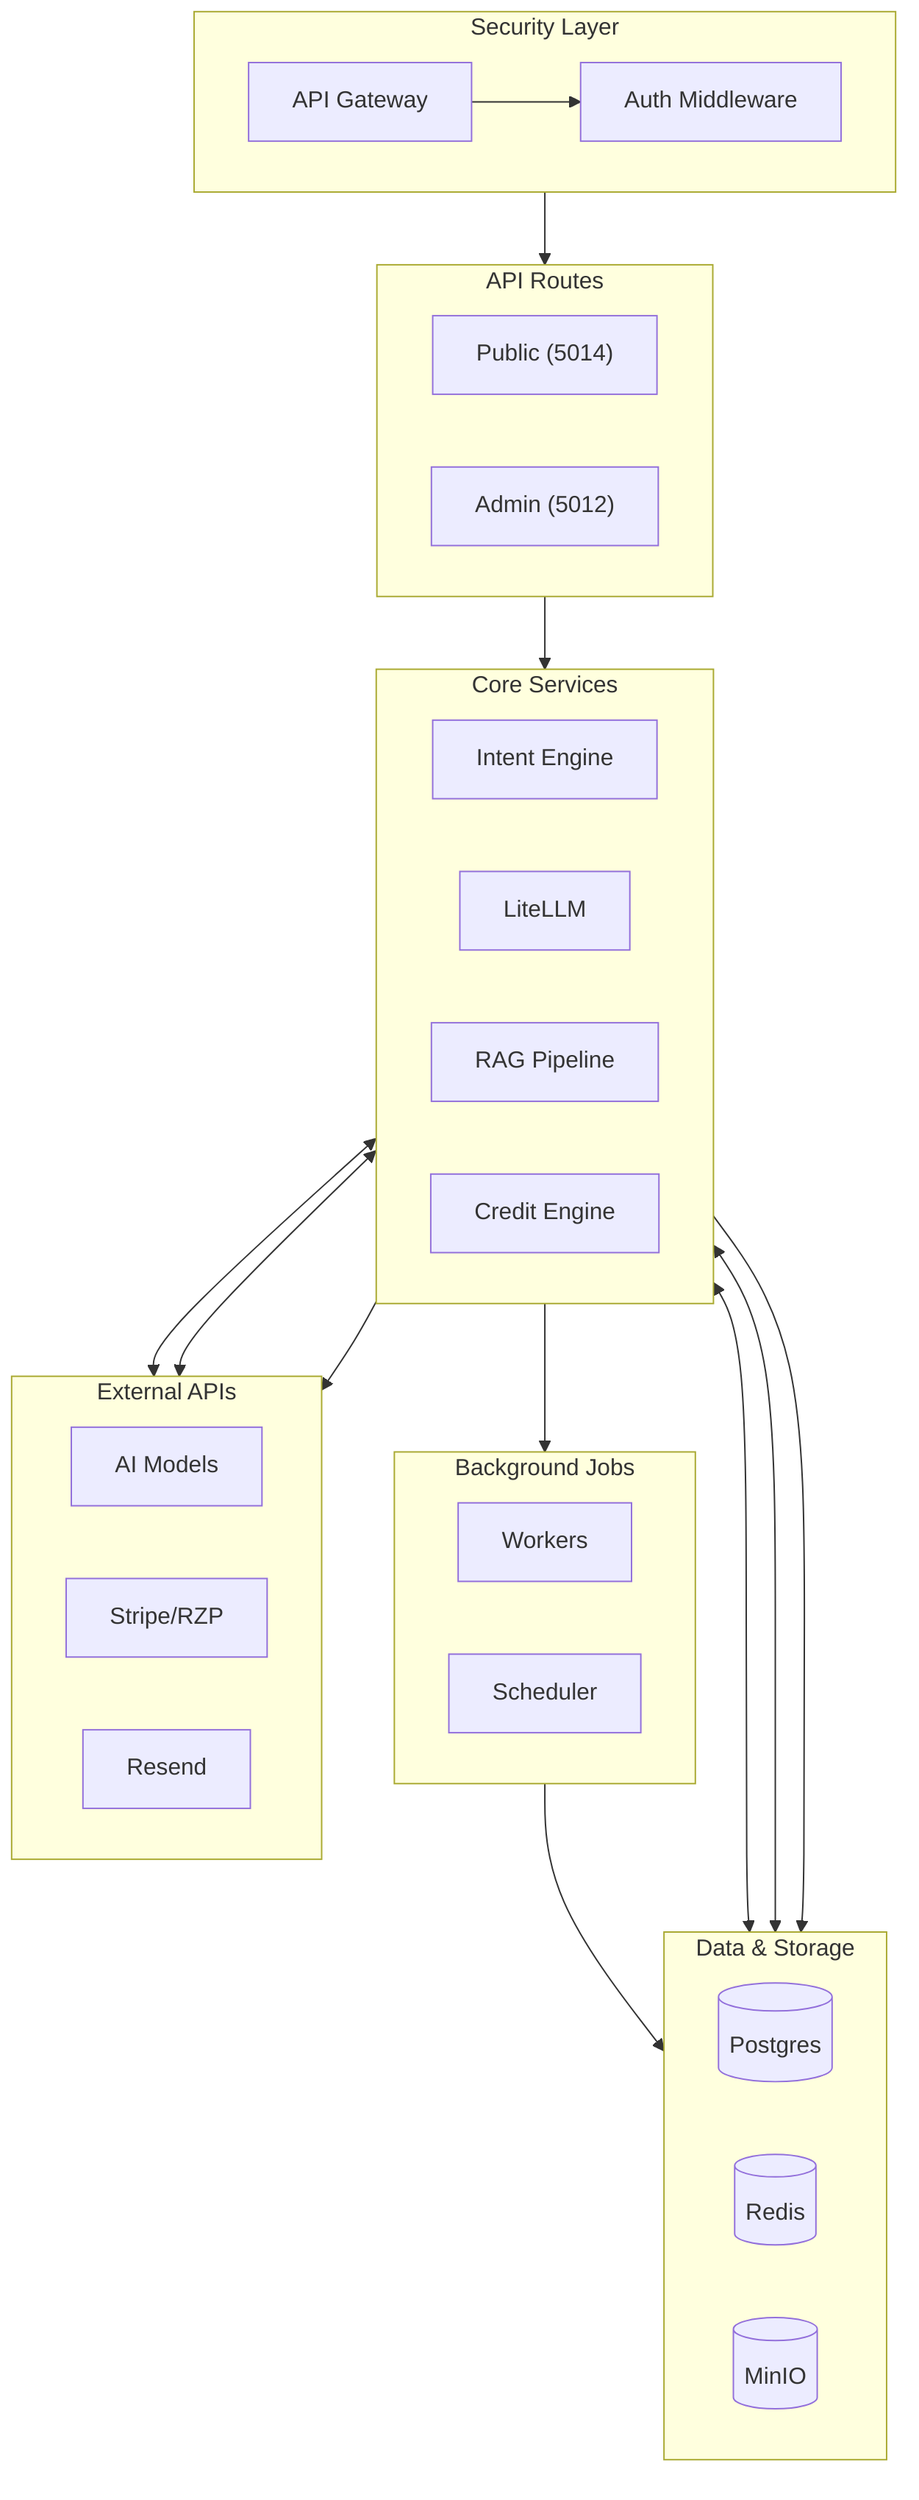
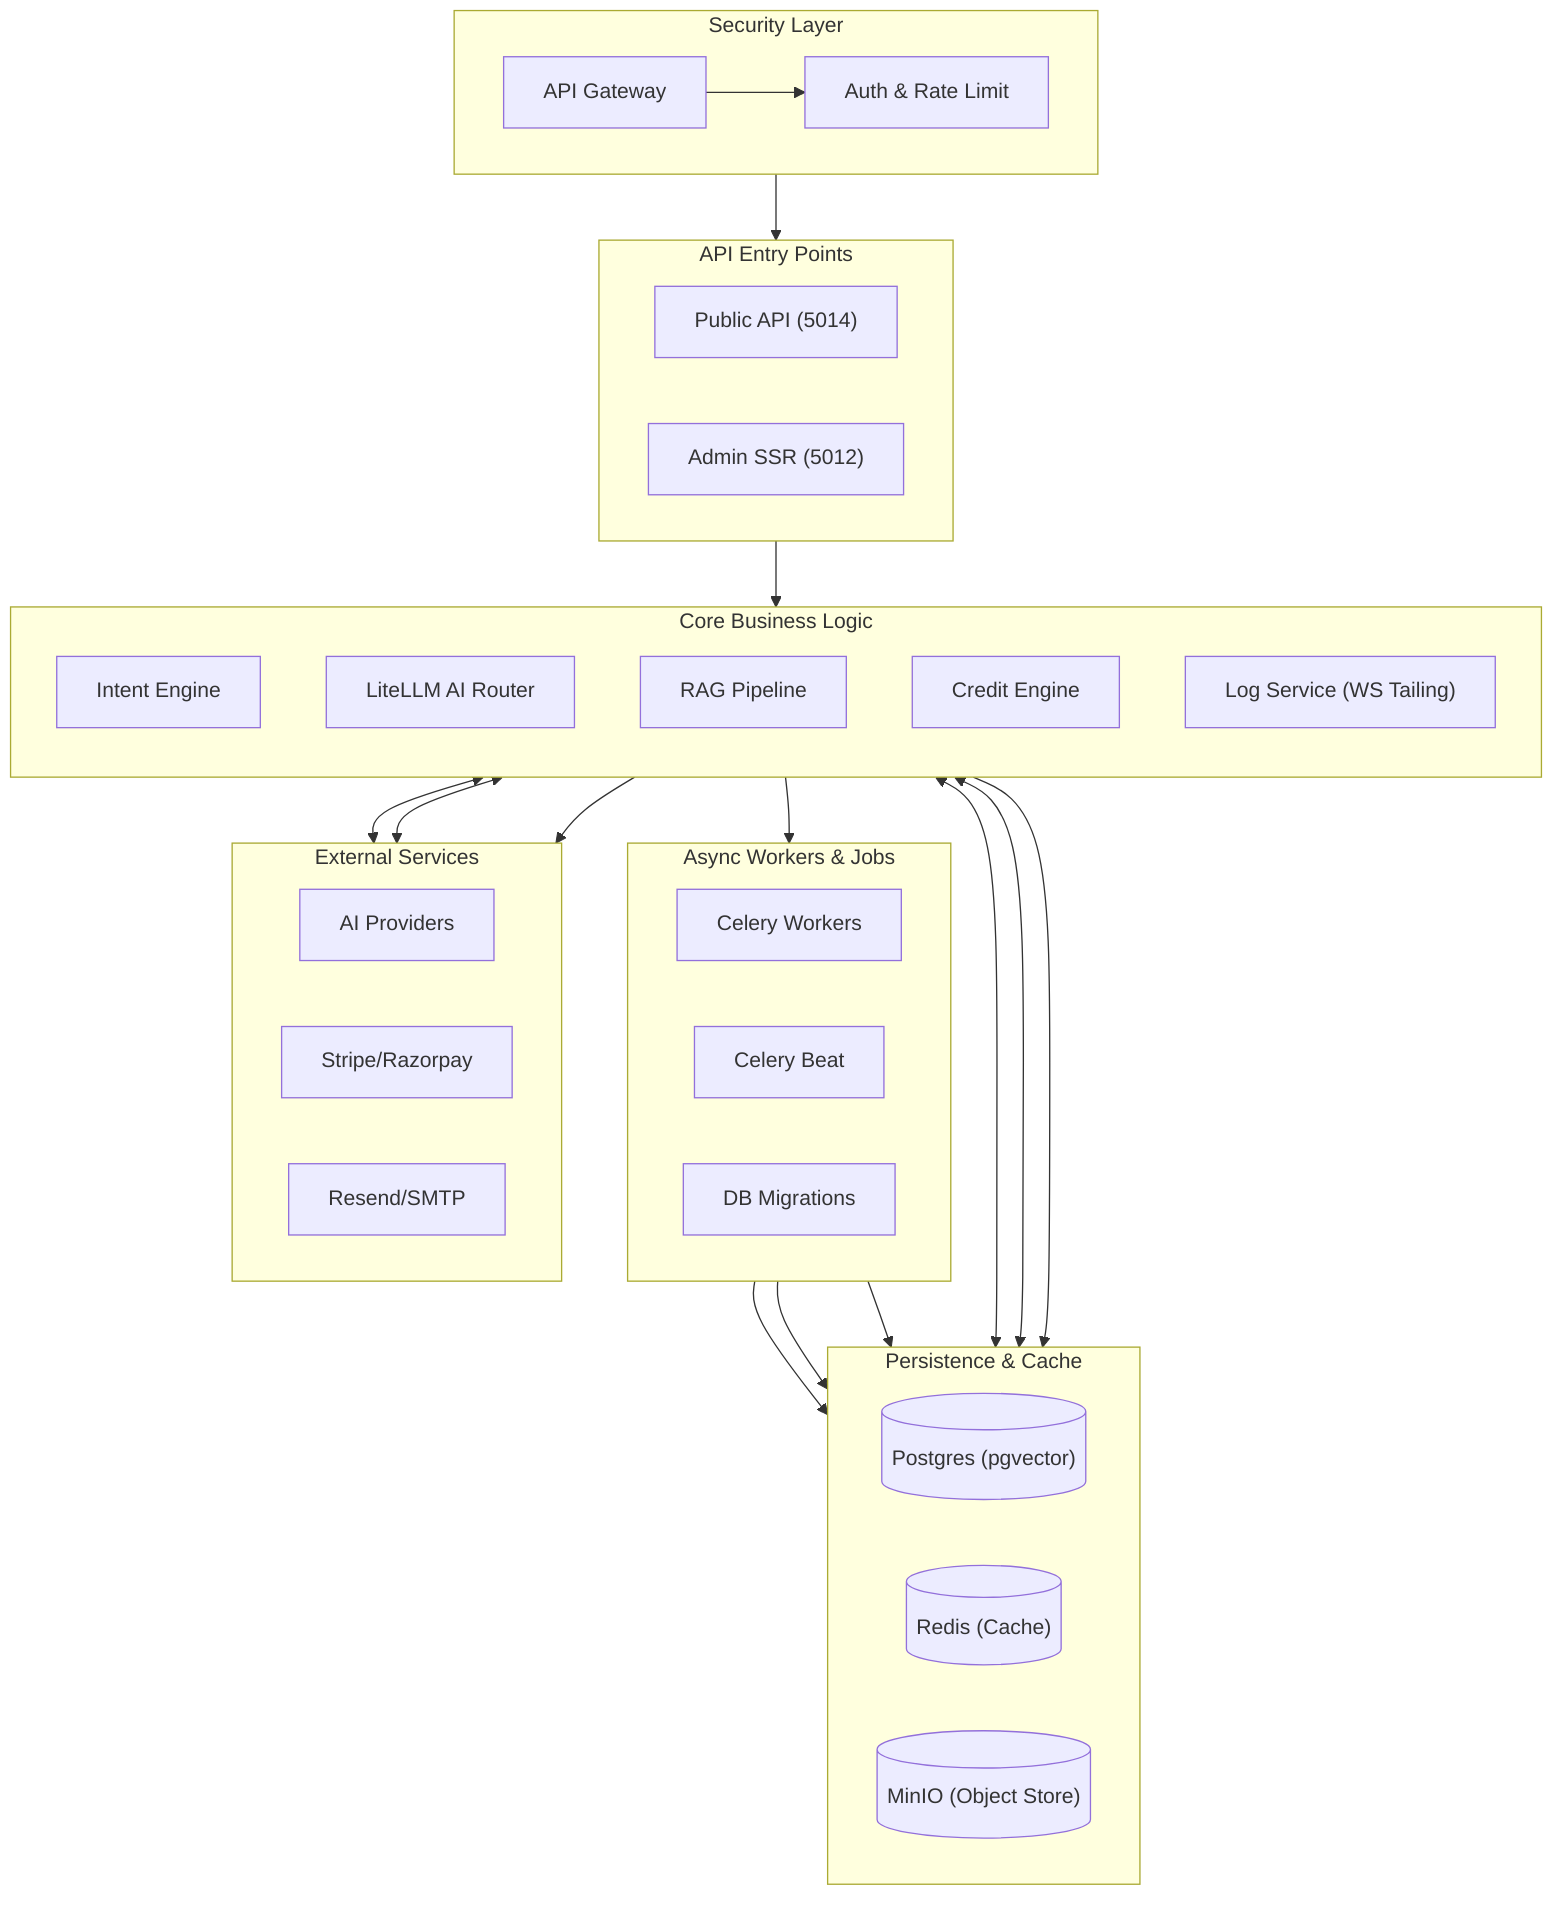
graph TD
    %% Global Styling & Clear Aesthetics
    classDef gateway fill:#f0f9ff,stroke:#0369a1,stroke-width:2px,color:#0c4a6e
    classDef controller fill:#f8fafc,stroke:#334155,stroke-width:2px,color:#0f172a
    classDef service fill:#eff6ff,stroke:#2563eb,stroke-width:2px,color:#1e3a8a
    classDef worker fill:#fff7ed,stroke:#ea580c,stroke-width:2px,color:#7c2d12
    classDef db fill:#f0fdf4,stroke:#16a34a,stroke-width:2px,color:#14532d
    classDef external fill:#fff1f2,stroke:#e11d48,stroke-width:2px,color:#881337

    subgraph Security_Gate ["Security Layer"]
        direction LR
        GW["API Gateway"]
-         MW["Auth Middleware"]
+         MW["Auth & Rate Limit"]
        GW --> MW
    end
    class Security_Gate gateway

-     subgraph API_Entry ["API Routes"]
+     subgraph API_Entry ["API Entry Points"]
        direction LR
-         Public["Public (5014)"]
-         Admin["Admin (5012)"]
+         Public["Public API (5014)"]
+         Admin["Admin SSR (5012)"]
    end
    class API_Entry controller

-     subgraph Logic_Core ["Core Services"]
-         direction LR
+     subgraph Logic_Core ["Core Business Logic"]
+         direction TB
        Intent["Intent Engine"]
-         AIRouter["LiteLLM"]
+         AIRouter["LiteLLM AI Router"]
        RAG["RAG Pipeline"]
        Credits["Credit Engine"]
+         Logger["Log Service (WS Tailing)"]
    end
    class Logic_Core service

-     subgraph Async_Tasks ["Background Jobs"]
+     subgraph Async_Tasks ["Async Workers & Jobs"]
        direction LR
-         Celery["Workers"]
-         Beat["Scheduler"]
+         Celery["Celery Workers"]
+         Beat["Celery Beat"]
+         Migrate["DB Migrations"]
    end
    class Async_Tasks worker

-     subgraph Persistence ["Data & Storage"]
+     subgraph Persistence ["Persistence & Cache"]
        direction LR
-         PG[("Postgres")]
-         Redis[("Redis")]
-         MinIO[("MinIO")]
+         PG[("Postgres (pgvector)")]
+         Redis[("Redis (Cache)")]
+         MinIO[("MinIO (Object Store)")]
    end
    class Persistence db

-     subgraph Cloud_API ["External APIs"]
+     subgraph Cloud_API ["External Services"]
        direction LR
-         LLM["AI Models"]
-         Pay["Stripe/RZP"]
-         Mail["Resend"]
+         LLM["AI Providers"]
+         Pay["Stripe/Razorpay"]
+         Mail["Resend/SMTP"]
    end
    class Cloud_API external

    %% Connections
    MW --> API_Entry
    API_Entry --> Logic_Core

    Logic_Core --> Persistence
    Logic_Core --> Cloud_API

-     Logic_Core --> Async_Tasks
-     Async_Tasks --> Persistence
+     Logic_Core --> Celery
+     Celery --> Persistence
+     Beat --> Redis
+     Migrate --> PG

-     %% Specific Logic Flows
+     %% Specific Data Flows
+     Logger <--> MinIO
    Intent <--> Redis
    AIRouter <--> LLM
    Credits <--> Pay
-     RAG <--> PG

    %% Spacing Styles
    style Security_Gate padding:15px
    style API_Entry padding:15px
    style Logic_Core padding:15px
    style Async_Tasks padding:15px
    style Persistence padding:15px
    style Cloud_API padding:15px